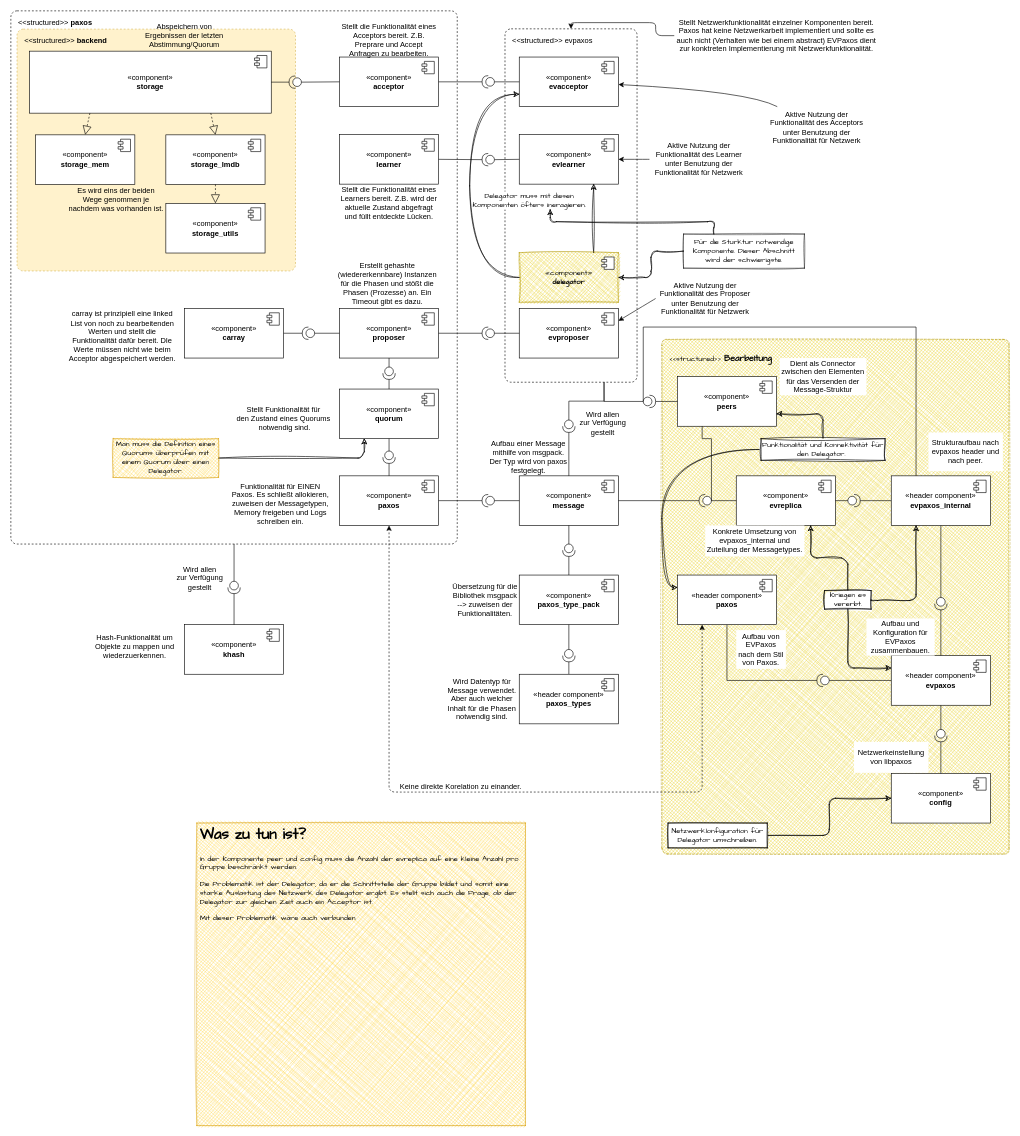
Above: page "Erweiterung" (2 of 2) of Diagramme/V2/Paxos_Komponentendiagram.drawio in AnonyMIkus/sciascid-libpaxos-d255f8b67a32 (draw.io), before the change. Source tidied: cells renumbered, new cells numbered last; positions are measured from the earlier drawing's top-left corner, leaving out a move shared by most shapes. Both pictures are drawn from the tidied source at 62%, with x=0, y=0 at pixel (11, 11).
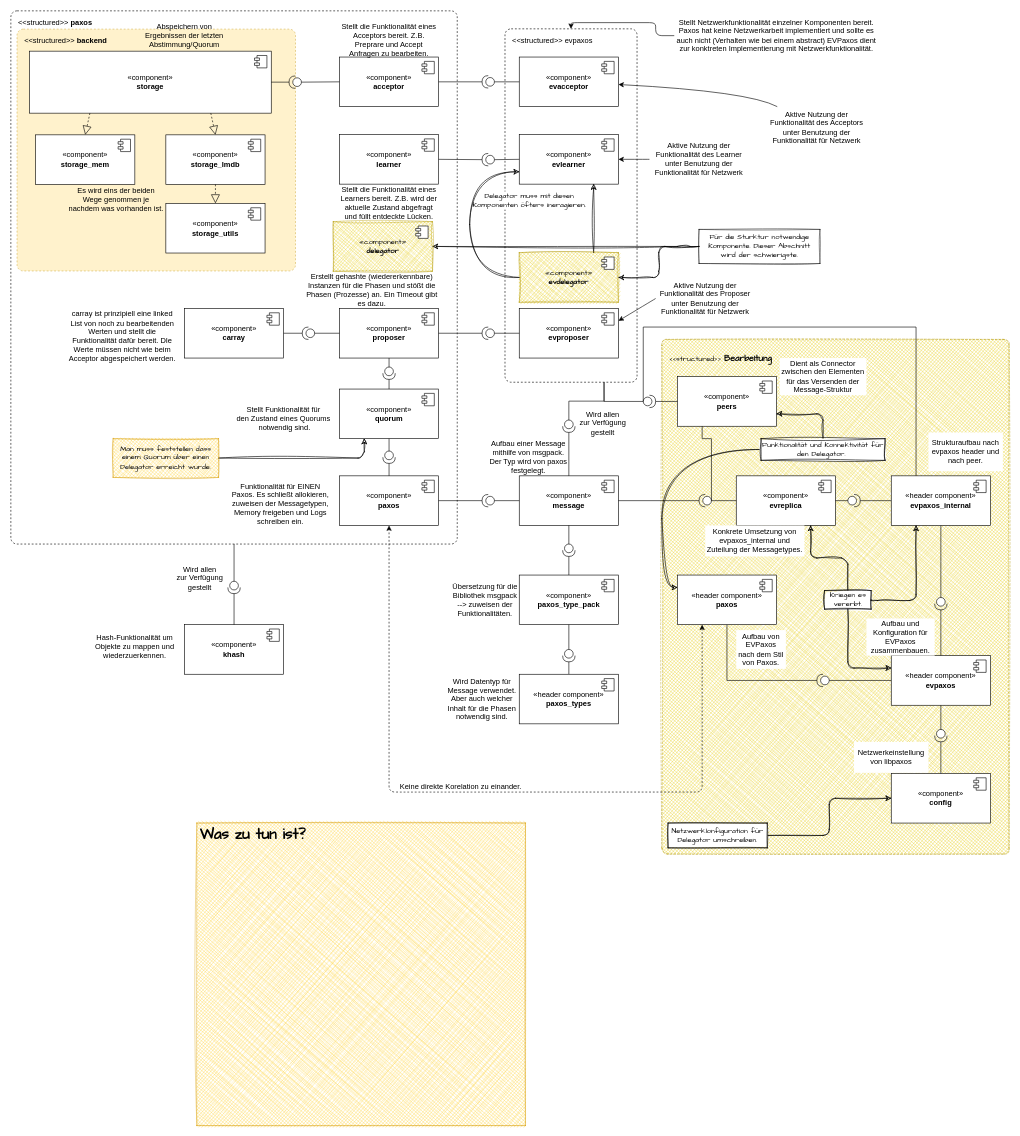
The same diagram, later.

Unchanged cells that the change refers to:
```xml
<mxCell id="56" value="&lt;div&gt;«component»&lt;/div&gt;&lt;b&gt;evacceptor&lt;br&gt;&lt;/b&gt;" style="html=1;whiteSpace=wrap;" parent="1" vertex="1">
  <mxGeometry x="820" y="74.5" width="160" height="80" as="geometry" />
</mxCell>
<mxCell id="58" value="&lt;div&gt;«component»&lt;/div&gt;&lt;b&gt;evlearner&lt;br&gt;&lt;/b&gt;" style="html=1;whiteSpace=wrap;" parent="1" vertex="1">
  <mxGeometry x="820" y="199.5" width="160" height="80" as="geometry" />
</mxCell>
```

The edit, as a diff of the source:
```diff
@@
     <mxCell id="128" value="Erstellt gehashte (wiedererkennbare) Instanzen für die Phasen und stößt die Phasen (Prozesse) an. Ein Timeout gibt es dazu." style="text;html=1;strokeColor=none;fillColor=none;align=center;verticalAlign=middle;whiteSpace=wrap;rounded=0;" parent="1" vertex="1">
-      <mxGeometry x="520" y="400" width="175" height="80" as="geometry" />
+      <mxGeometry x="470" y="420" width="225" height="60" as="geometry" />
     </mxCell>
@@
-    <mxCell id="146" style="edgeStyle=orthogonalEdgeStyle;jettySize=auto;html=1;entryX=0;entryY=0.75;entryDx=0;entryDy=0;sketch=1;curveFitting=1;jiggle=2;curved=1;" parent="1" edge="1" source="147" target="56">
+    <mxCell id="146" style="edgeStyle=orthogonalEdgeStyle;jettySize=auto;html=1;entryX=0;entryY=0.75;entryDx=0;entryDy=0;sketch=1;curveFitting=1;jiggle=2;curved=1;" parent="1" edge="1" source="147" target="58">
       <mxGeometry relative="1" as="geometry">
         <Array as="points">
           <mxPoint x="740" y="430" />
-          <mxPoint x="740" y="135" />
+          <mxPoint x="740" y="260" />
         </Array>
       </mxGeometry>
     </mxCell>
-    <mxCell id="147" value="«component»&lt;br&gt;&lt;b&gt;delegator&lt;/b&gt;" style="html=1;whiteSpace=wrap;sketch=1;curveFitting=1;jiggle=2;glass=0;fillColor=#e3c800;fontColor=#000000;strokeColor=#B09500;fillStyle=cross-hatch;fontFamily=Architects Daughter;opacity=60;" parent="1" vertex="1">
+    <mxCell id="147" value="«component»&lt;br&gt;&lt;b&gt;evdelegator&lt;/b&gt;" style="html=1;whiteSpace=wrap;sketch=1;curveFitting=1;jiggle=2;glass=0;fillColor=#e3c800;fontColor=#000000;strokeColor=#B09500;fillStyle=cross-hatch;fontFamily=Architects Daughter;opacity=60;" parent="1" vertex="1">
       <mxGeometry x="820" y="390" width="160" height="80" as="geometry" />
     </mxCell>
@@
-    <mxCell id="149" style="edgeStyle=orthogonalEdgeStyle;rounded=1;jettySize=auto;html=1;strokeColor=default;entryX=1;entryY=0.5;entryDx=0;entryDy=0;sketch=1;curveFitting=1;jiggle=2;labelBorderColor=none;" parent="1" edge="1" source="150" target="147">
+    <mxCell id="149" style="edgeStyle=orthogonalEdgeStyle;rounded=1;jettySize=auto;html=1;strokeColor=default;entryX=1;entryY=0.5;entryDx=0;entryDy=0;sketch=1;curveFitting=1;jiggle=2;labelBorderColor=none;exitX=0;exitY=0.5;exitDx=0;exitDy=0;" parent="1" edge="1" source="150" target="147">
       <mxGeometry relative="1" as="geometry" />
     </mxCell>
     <mxCell id="150" value="Für die Sturktur notwendige Komponente. Dieser Abschnitt wird der schwierigste." style="align=center;verticalAlign=middle;whiteSpace=wrap;sketch=1;fontFamily=Architects Daughter;shadow=0;labelBackgroundColor=none;fillStyle=auto;opacity=70;" parent="1" vertex="1">
-      <mxGeometry x="1085" y="360" width="195" height="55" as="geometry" />
+      <mxGeometry x="1110" y="352.5" width="195" height="55" as="geometry" />
     </mxCell>
@@
-    <mxCell id="158" value="&lt;h1&gt;Was zu tun ist?&lt;/h1&gt;&lt;p&gt;In der Komponente peer und config muss die Anzahl der evreplica auf eine kleine Anzahl pro Gruppe beschränkt werden.&lt;/p&gt;&lt;p&gt;Die Problematik ist der Delegator, da er die Schnittstelle der Gruppe bildet und somit eine starke Auslastung des Netzwerk des Delegator ergibt. Es stellt sich auch die Frage, ob der Delegator zur gleichen Zeit auch ein Acceptor ist.&lt;/p&gt;&lt;p&gt;Mit dieser Problematik wäre auch verbunden&amp;nbsp;&lt;/p&gt;" style="text;html=1;strokeColor=#d79b00;fillColor=#ffcd28;spacing=5;spacingTop=-20;whiteSpace=wrap;overflow=hidden;rounded=0;labelBorderColor=none;labelBackgroundColor=none;fontFamily=Architects Daughter;sketch=1;curveFitting=1;jiggle=2;gradientColor=#ffa500;fillStyle=cross-hatch;opacity=60;" parent="1" vertex="1">
+    <mxCell id="158" value="&lt;h1&gt;Was zu tun ist?&lt;/h1&gt;&lt;p&gt;&lt;br&gt;&lt;/p&gt;" style="text;html=1;strokeColor=#d79b00;fillColor=#ffcd28;spacing=5;spacingTop=-20;whiteSpace=wrap;overflow=hidden;rounded=0;labelBorderColor=none;labelBackgroundColor=none;fontFamily=Architects Daughter;sketch=1;curveFitting=1;jiggle=2;gradientColor=#ffa500;fillStyle=cross-hatch;opacity=60;" parent="1" vertex="1">
       <mxGeometry x="300" y="1310" width="530" height="488" as="geometry" />
     </mxCell>
@@
-    <mxCell id="160" value="Man muss die Definition eines Quorums überprüfen mit einem Quorum über einen Delegator." style="fillColor=#ffcd28;sketch=1;curveFitting=1;jiggle=2;fontFamily=Architects Daughter;whiteSpace=wrap;gradientColor=#ffa500;strokeColor=#d79b00;fillStyle=cross-hatch;opacity=60;" parent="1" vertex="1">
+    <mxCell id="160" value="Man muss feststellen dass einem Quorum über einen Delegator erreicht wurde." style="fillColor=#ffcd28;sketch=1;curveFitting=1;jiggle=2;fontFamily=Architects Daughter;whiteSpace=wrap;gradientColor=#ffa500;strokeColor=#d79b00;fillStyle=cross-hatch;opacity=60;" parent="1" vertex="1">
       <mxGeometry x="165" y="690" width="170" height="62.5" as="geometry" />
     </mxCell>
-    <mxCell id="161" style="edgeStyle=orthogonalEdgeStyle;rounded=1;jettySize=auto;html=1;strokeColor=default;sketch=1;curveFitting=1;jiggle=2;labelBorderColor=none;exitX=0.25;exitY=0;exitDx=0;exitDy=0;" parent="1" edge="1" source="150">
+    <mxCell id="161" style="edgeStyle=orthogonalEdgeStyle;rounded=1;jettySize=auto;html=1;strokeColor=default;sketch=1;curveFitting=1;jiggle=2;labelBorderColor=none;entryX=1;entryY=0.5;entryDx=0;entryDy=0;exitX=0;exitY=0.5;exitDx=0;exitDy=0;" parent="1" edge="1" source="150" target="162">
       <mxGeometry relative="1" as="geometry">
-        <mxPoint x="870" y="320" as="targetPoint" />
         <Array as="points">
-          <mxPoint x="1134" y="340" />
+          <mxPoint x="1085" y="380" />
         </Array>
       </mxGeometry>
     </mxCell>
+    <mxCell id="162" value="«component»&lt;br&gt;&lt;b&gt;delegator&lt;/b&gt;" style="html=1;whiteSpace=wrap;sketch=1;curveFitting=1;jiggle=2;glass=0;fillColor=#e3c800;fontColor=#000000;strokeColor=#B09500;fillStyle=cross-hatch;fontFamily=Architects Daughter;opacity=60;" parent="1" vertex="1">
+      <mxGeometry x="520" y="340" width="160" height="80" as="geometry" />
+    </mxCell>
+    <mxCell id="163" style="shape=module;jettyWidth=8;jettyHeight=4;" parent="162" vertex="1">
+      <mxGeometry x="1" width="20" height="20" relative="1" as="geometry">
+        <mxPoint x="-27" y="7" as="offset" />
+      </mxGeometry>
+    </mxCell>
```
